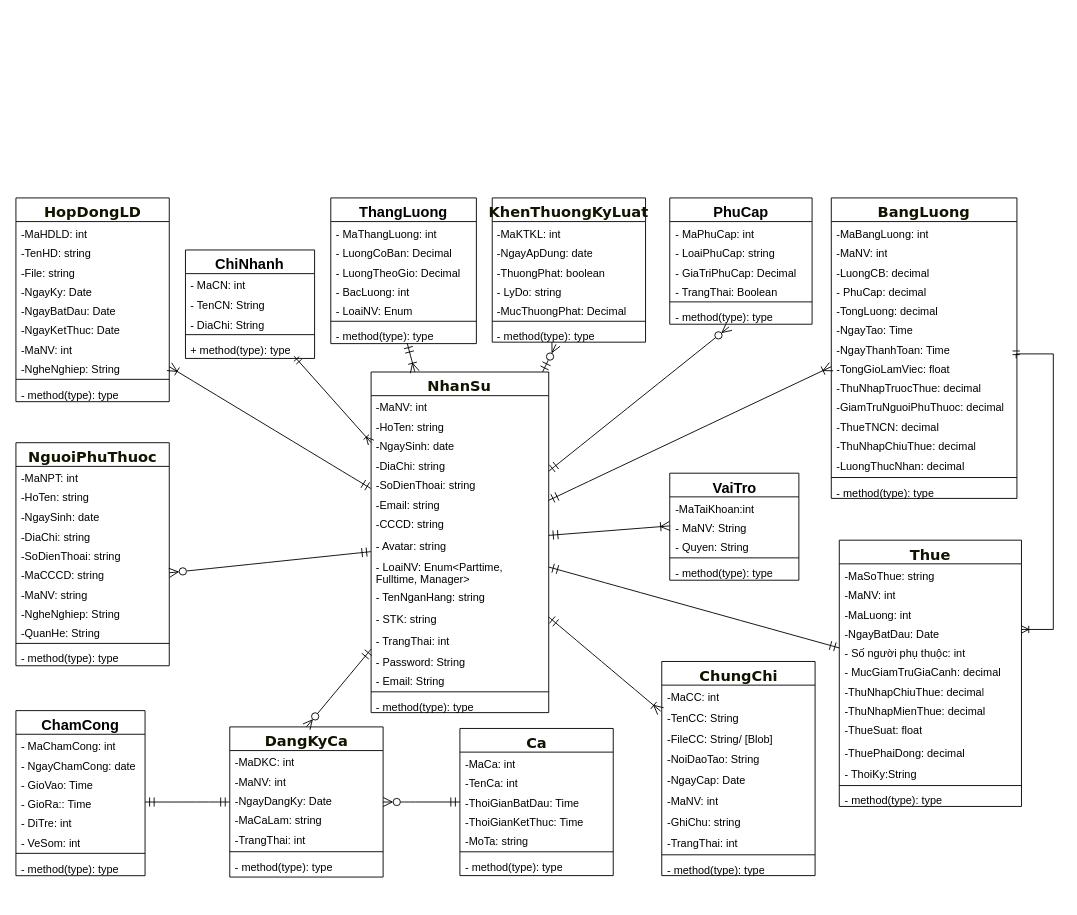
This is Biểu đồ không có tiêu đề.drawio from NguyenMint/LVTN, a draw.io file, before an edit. Source tidied: cells renumbered, new cells numbered last; positions are measured from the earlier drawing's top-left corner, leaving out a move shared by most shapes. Both pictures are drawn from the tidied source at 91%, with x=0, y=0 at pixel (15, 197).
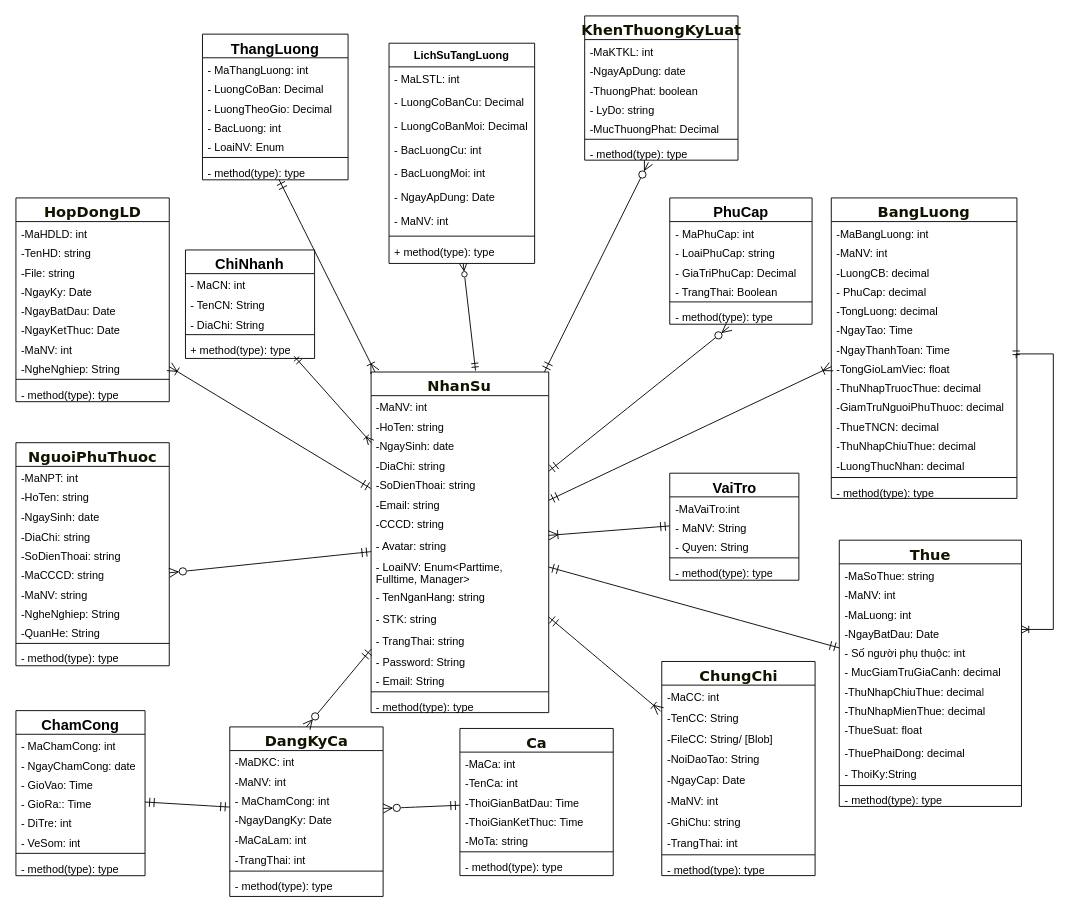
The same diagram, later.

Commit message (it also covers changes not shown here):
Cập nhật Biểu đồ không có tiêu đề.drawio

The change refers to these unchanged cells:
```xml
<mxCell id="2" value="&lt;span style=&quot;color: rgb(19, 19, 0); font-family: &amp;quot;trebuchet ms&amp;quot;, verdana, arial, sans-serif; font-size: 16px; text-wrap-mode: nowrap;&quot;&gt;NhanSu&lt;/span&gt;" style="swimlane;fontStyle=1;align=center;verticalAlign=top;horizontal=1;startSize=26;whiteSpace=wrap;html=1;swimlaneLine=1;" parent="1" vertex="1">
  <mxGeometry x="390.3" y="191.3" width="195.2" height="374.3" as="geometry" />
</mxCell>
<mxCell id="131" value="&lt;font style=&quot;font-size: 16px;&quot;&gt;VaiTro&lt;/font&gt;" style="swimlane;fontStyle=1;align=center;verticalAlign=top;horizontal=1;startSize=26;whiteSpace=wrap;html=1;" parent="1" vertex="1">
  <mxGeometry x="718.5" y="302.5" width="141.9" height="117.6" as="geometry" />
</mxCell>
<mxCell id="133" value="- MaNV: String" style="text;strokeColor=none;fillColor=none;align=left;verticalAlign=top;spacingLeft=4;spacingRight=4;overflow=hidden;points=[[0,0.5],[1,0.5]];portConstraint=eastwest;whiteSpace=wrap;html=1;" parent="131" vertex="1">
  <mxGeometry y="47.3" width="141.9" height="21.3" as="geometry" />
</mxCell>
```

Change to the diagram source:
```diff
@@
-    <mxCell id="14" value="- TrangThai: int" style="text;strokeColor=none;fillColor=none;align=left;verticalAlign=top;spacingLeft=4;spacingRight=4;overflow=hidden;whiteSpace=wrap;html=1;" parent="2" vertex="1">
+    <mxCell id="14" value="- TrangThai: string" style="text;strokeColor=none;fillColor=none;align=left;verticalAlign=top;spacingLeft=4;spacingRight=4;overflow=hidden;whiteSpace=wrap;html=1;" parent="2" vertex="1">
       <mxGeometry y="282.8" width="195.2" height="22.9" as="geometry" />
     </mxCell>
@@
     <mxCell id="42" value="&lt;font face=&quot;trebuchet ms, verdana, arial, sans-serif&quot; color=&quot;#131300&quot;&gt;&lt;span style=&quot;font-size: 16px; text-wrap-mode: nowrap;&quot;&gt;KhenThuongKyLuat&lt;/span&gt;&lt;/font&gt;" style="swimlane;fontStyle=1;align=center;verticalAlign=top;horizontal=1;startSize=26;whiteSpace=wrap;html=1;" parent="1" vertex="1">
-      <mxGeometry x="523.4" width="168.5" height="158.5" as="geometry" />
+      <mxGeometry x="625" y="-200" width="168.5" height="158.5" as="geometry" />
     </mxCell>
@@
     <mxCell id="57" value="&lt;font style=&quot;font-size: 16px;&quot;&gt;ThangLuong&lt;/font&gt;" style="swimlane;fontStyle=1;align=center;verticalAlign=top;horizontal=1;startSize=26;whiteSpace=wrap;html=1;" parent="1" vertex="1">
-      <mxGeometry x="346" width="160" height="160.1" as="geometry" />
+      <mxGeometry x="205" y="-180" width="160" height="160.1" as="geometry" />
     </mxCell>
@@
     <mxCell id="90" value="&lt;span style=&quot;color: rgb(19, 19, 0); font-family: &amp;quot;trebuchet ms&amp;quot;, verdana, arial, sans-serif; font-size: 16px; text-wrap-mode: nowrap;&quot;&gt;DangKyCa&lt;/span&gt;&lt;div&gt;&lt;span style=&quot;color: rgb(19, 19, 0); font-family: &amp;quot;trebuchet ms&amp;quot;, verdana, arial, sans-serif; font-size: 16px; text-wrap-mode: nowrap;&quot;&gt;&lt;br&gt;&lt;/span&gt;&lt;/div&gt;" style="swimlane;fontStyle=1;align=center;verticalAlign=top;horizontal=1;startSize=26;whiteSpace=wrap;html=1;" parent="1" vertex="1">
-      <mxGeometry x="235" y="581.3" width="168.5" height="165" as="geometry" />
+      <mxGeometry x="235" y="581.3" width="168.5" height="186.3" as="geometry" />
     </mxCell>
@@
+    <mxCell id="157" value="- MaChamCong: int" style="text;strokeColor=none;fillColor=none;align=left;verticalAlign=top;spacingLeft=4;spacingRight=4;overflow=hidden;whiteSpace=wrap;html=1;" parent="90" vertex="1">
+      <mxGeometry y="68.5" width="168.5" height="21.3" as="geometry" />
+    </mxCell>
     <mxCell id="93" value="-NgayDangKy: Date" style="text;strokeColor=none;fillColor=none;align=left;verticalAlign=top;spacingLeft=4;spacingRight=4;overflow=hidden;whiteSpace=wrap;html=1;" parent="90" vertex="1">
-      <mxGeometry y="68.5" width="168.5" height="21.3" as="geometry" />
+      <mxGeometry y="89.8" width="168.5" height="21.3" as="geometry" />
     </mxCell>
-    <mxCell id="94" value="-MaCaLam: string" style="text;strokeColor=none;fillColor=none;align=left;verticalAlign=top;spacingLeft=4;spacingRight=4;overflow=hidden;whiteSpace=wrap;html=1;" parent="90" vertex="1">
-      <mxGeometry y="89.8" width="168.5" height="21.3" as="geometry" />
+    <mxCell id="94" value="-MaCaLam: int" style="text;strokeColor=none;fillColor=none;align=left;verticalAlign=top;spacingLeft=4;spacingRight=4;overflow=hidden;whiteSpace=wrap;html=1;" parent="90" vertex="1">
+      <mxGeometry y="111" width="168.5" height="21.3" as="geometry" />
     </mxCell>
     <mxCell id="95" value="-TrangThai: int" style="text;strokeColor=none;fillColor=none;align=left;verticalAlign=top;spacingLeft=4;spacingRight=4;overflow=hidden;whiteSpace=wrap;html=1;" parent="90" vertex="1">
-      <mxGeometry y="111" width="168.5" height="22.9" as="geometry" />
+      <mxGeometry y="132.3" width="168.5" height="22.9" as="geometry" />
     </mxCell>
     <mxCell id="96" style="line;strokeWidth=1;fillColor=none;align=left;verticalAlign=middle;spacingTop=-1;spacingLeft=3;spacingRight=3;labelPosition=right;strokeColor=inherit;" parent="90" vertex="1">
-      <mxGeometry y="133.9" width="168.5" height="6.5" as="geometry" />
+      <mxGeometry y="155.2" width="168.5" height="6.5" as="geometry" />
     </mxCell>
     <mxCell id="97" value="- method(type): type" style="text;strokeColor=none;fillColor=none;align=left;verticalAlign=top;spacingLeft=4;spacingRight=4;overflow=hidden;whiteSpace=wrap;html=1;" parent="90" vertex="1">
-      <mxGeometry y="140.5" width="168.5" height="24.5" as="geometry" />
+      <mxGeometry y="161.7" width="168.5" height="24.5" as="geometry" />
     </mxCell>
@@
-    <mxCell id="132" value="-MaTaiKhoan:int" style="text;strokeColor=none;fillColor=none;align=left;verticalAlign=top;spacingLeft=4;spacingRight=4;overflow=hidden;whiteSpace=wrap;html=1;" parent="131" vertex="1">
+    <mxCell id="132" value="-MaVaiTro:int" style="text;strokeColor=none;fillColor=none;align=left;verticalAlign=top;spacingLeft=4;spacingRight=4;overflow=hidden;whiteSpace=wrap;html=1;" parent="131" vertex="1">
       <mxGeometry y="26" width="141.9" height="21.3" as="geometry" />
     </mxCell>
@@
-    <mxCell id="155" style="edgeStyle=none;curved=1;rounded=0;jettySize=auto;html=1;entryX=0;entryY=0.5;entryDx=0;entryDy=0;fontSize=12;startSize=8;endSize=8;endArrow=ERoneToMany;endFill=0;startArrow=ERmandOne;startFill=0;" parent="1" edge="1" source="2" target="133">
+    <mxCell id="155" style="edgeStyle=none;curved=1;rounded=0;jettySize=auto;html=1;entryX=0;entryY=0.5;entryDx=0;entryDy=0;fontSize=12;startSize=8;endSize=8;endArrow=ERmandOne;endFill=0;startArrow=ERoneToMany;startFill=0;" parent="1" edge="1" source="2" target="133">
       <mxGeometry relative="1" as="geometry" />
     </mxCell>
@@
+    <mxCell id="158" style="endArrow=ERzeroToMany;html=1;rounded=0;exitX=0.588;exitY=-0.004;exitDx=0;exitDy=0;exitPerimeter=0;startArrow=ERmandOne;startFill=0;endFill=0;" parent="1" edge="1" source="2" target="168">
+      <mxGeometry relative="1" as="geometry" />
+    </mxCell>
+    <mxCell id="159" value="LichSuTangLuong" style="swimlane;fontStyle=1;align=center;verticalAlign=top;horizontal=1;startSize=26;whiteSpace=wrap;html=1;" parent="1" vertex="1">
+      <mxGeometry x="410" y="-170" width="160" height="242" as="geometry" />
+    </mxCell>
+    <mxCell id="160" value="- MaLSTL: int&lt;div&gt;&lt;br&gt;&lt;/div&gt;" style="text;strokeColor=none;fillColor=none;align=left;verticalAlign=top;spacingLeft=4;spacingRight=4;overflow=hidden;whiteSpace=wrap;html=1;" parent="159" vertex="1">
+      <mxGeometry y="26" width="160" height="26" as="geometry" />
+    </mxCell>
+    <mxCell id="161" value="- LuongCoBanCu: Decimal" style="text;strokeColor=none;fillColor=none;align=left;verticalAlign=top;spacingLeft=4;spacingRight=4;overflow=hidden;whiteSpace=wrap;html=1;" parent="159" vertex="1">
+      <mxGeometry y="52" width="160" height="26" as="geometry" />
+    </mxCell>
+    <mxCell id="162" value="- LuongCoBanMoi: Decimal" style="text;strokeColor=none;fillColor=none;align=left;verticalAlign=top;spacingLeft=4;spacingRight=4;overflow=hidden;whiteSpace=wrap;html=1;" parent="159" vertex="1">
+      <mxGeometry y="78" width="160" height="26" as="geometry" />
+    </mxCell>
+    <mxCell id="163" value="- BacLuongCu: int" style="text;strokeColor=none;fillColor=none;align=left;verticalAlign=top;spacingLeft=4;spacingRight=4;overflow=hidden;whiteSpace=wrap;html=1;" parent="159" vertex="1">
+      <mxGeometry y="104" width="160" height="26" as="geometry" />
+    </mxCell>
+    <mxCell id="164" value="- BacLuongMoi: int" style="text;strokeColor=none;fillColor=none;align=left;verticalAlign=top;spacingLeft=4;spacingRight=4;overflow=hidden;whiteSpace=wrap;html=1;" parent="159" vertex="1">
+      <mxGeometry y="130" width="160" height="26" as="geometry" />
+    </mxCell>
+    <mxCell id="165" value="- NgayApDung: Date" style="text;strokeColor=none;fillColor=none;align=left;verticalAlign=top;spacingLeft=4;spacingRight=4;overflow=hidden;whiteSpace=wrap;html=1;" parent="159" vertex="1">
+      <mxGeometry y="156" width="160" height="26" as="geometry" />
+    </mxCell>
+    <mxCell id="166" value="- MaNV: int" style="text;strokeColor=none;fillColor=none;align=left;verticalAlign=top;spacingLeft=4;spacingRight=4;overflow=hidden;whiteSpace=wrap;html=1;" parent="159" vertex="1">
+      <mxGeometry y="182" width="160" height="26" as="geometry" />
+    </mxCell>
+    <mxCell id="167" style="line;strokeWidth=1;fillColor=none;align=left;verticalAlign=middle;spacingTop=-1;spacingLeft=3;spacingRight=3;labelPosition=right;strokeColor=inherit;" parent="159" vertex="1">
+      <mxGeometry y="208" width="160" height="8" as="geometry" />
+    </mxCell>
+    <mxCell id="168" value="+ method(type): type" style="text;strokeColor=none;fillColor=none;align=left;verticalAlign=top;spacingLeft=4;spacingRight=4;overflow=hidden;points=[[0,0.5],[1,0.5]];portConstraint=eastwest;whiteSpace=wrap;html=1;" parent="159" vertex="1">
+      <mxGeometry y="216" width="160" height="26" as="geometry" />
+    </mxCell>
```
